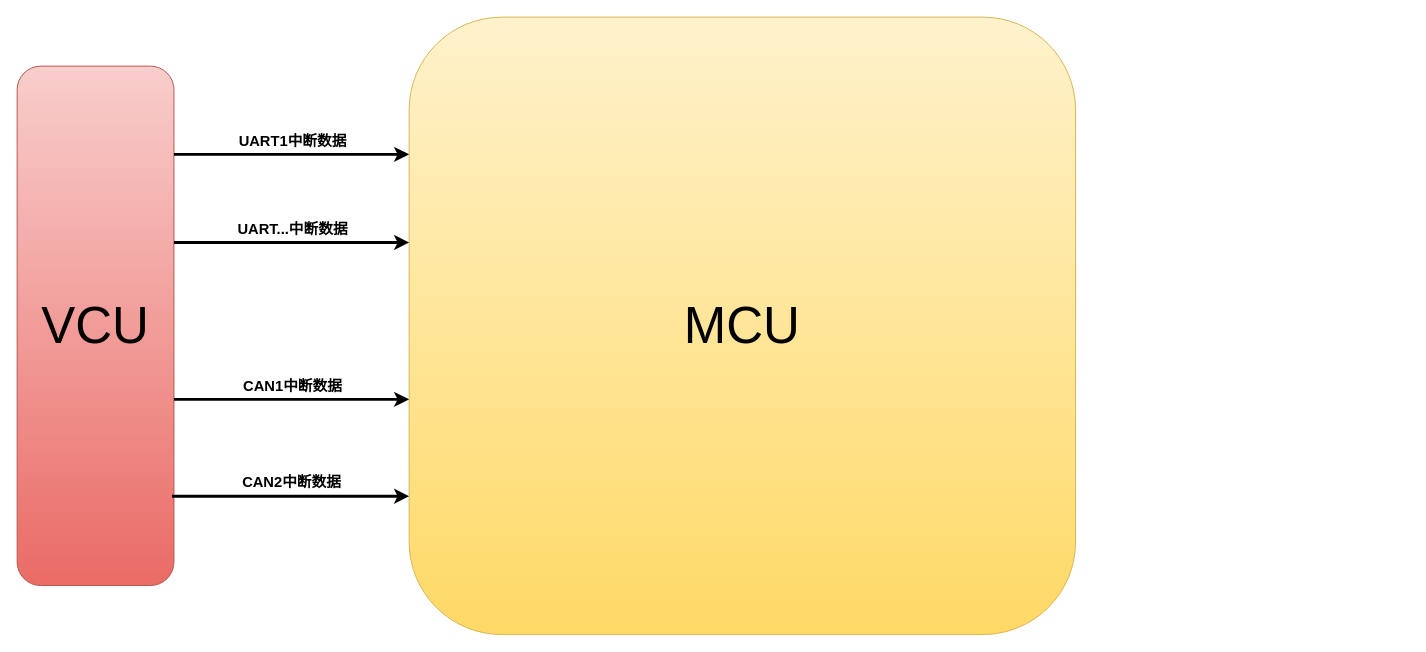
liangchaojiang/WindowsProject1 keeps this draw.io diagram as 小牛MCU框架图.drawio. Above is the earlier version. Source tidied: cells renumbered, new cells numbered last; positions are measured from the earlier drawing's top-left corner, leaving out a move shared by most shapes. Both pictures are drawn from the tidied source at 98%, with x=0, y=0 at pixel (17, 17).
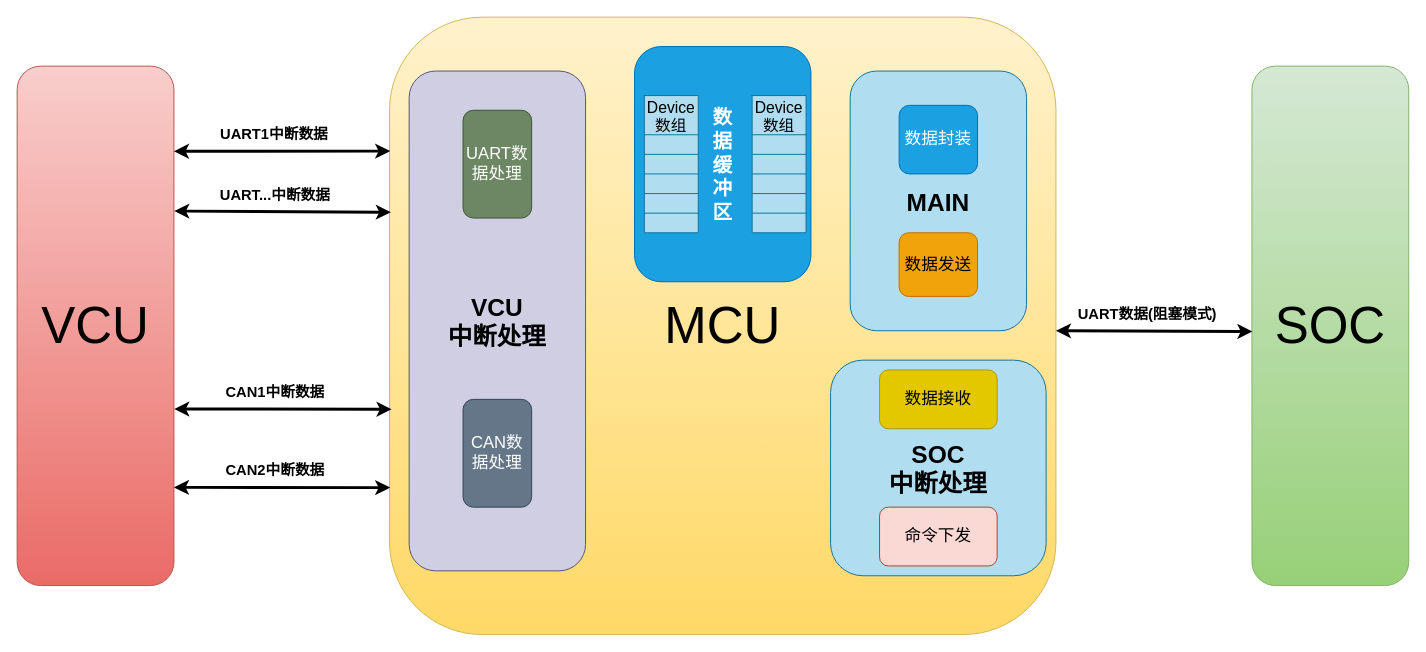
The same diagram, later.

Commit message (it also covers changes not shown here):
更新小牛MCU框架图.drawio

The change refers to these unchanged cells:
```xml
<mxCell id="3" value="&lt;font style=&quot;font-size: 52px;&quot;&gt;VCU&lt;/font&gt;" style="rounded=1;whiteSpace=wrap;html=1;fillColor=#f8cecc;gradientColor=#ea6b66;strokeColor=#b85450;" parent="1" vertex="1">
  <mxGeometry y="50" width="160" height="530" as="geometry" />
</mxCell>
```

Change to the diagram source:
```diff
@@
     <mxCell id="2" value="&lt;font style=&quot;font-size: 52px;&quot;&gt;MCU&lt;/font&gt;" style="rounded=1;whiteSpace=wrap;html=1;fillColor=#fff2cc;gradientColor=#ffd966;strokeColor=#d6b656;" parent="1" vertex="1">
-      <mxGeometry x="400" width="680" height="630" as="geometry" />
+      <mxGeometry x="380" width="680" height="630" as="geometry" />
     </mxCell>
@@
-    <mxCell id="4" style="endArrow=classic;html=1;rounded=0;strokeWidth=3;" parent="1" edge="1">
-      <mxGeometry relative="1" as="geometry">
-        <mxPoint x="160" y="390" as="sourcePoint" />
-        <mxPoint x="400" y="390" as="targetPoint" />
-        <Array as="points">
-          <mxPoint x="330" y="390" />
-        </Array>
-      </mxGeometry>
-    </mxCell>
+    <mxCell id="12" value="&lt;font style=&quot;font-size: 52px;&quot;&gt;SOC&lt;/font&gt;" style="rounded=1;whiteSpace=wrap;html=1;fillColor=#d5e8d4;gradientColor=#97d077;strokeColor=#82b366;" parent="1" vertex="1">
+      <mxGeometry x="1260" y="50" width="160" height="530" as="geometry" />
+    </mxCell>
+    <mxCell id="13" style="endArrow=classic;startArrow=classic;html=1;rounded=0;exitX=1;exitY=0.164;exitDx=0;exitDy=0;exitPerimeter=0;strokeWidth=3;entryX=0.001;entryY=0.217;entryDx=0;entryDy=0;entryPerimeter=0;" parent="1" edge="1" source="3" target="2">
+      <mxGeometry relative="1" as="geometry" />
+    </mxCell>
+    <mxCell id="9" value="UART1中断数据" style="edgeLabel;html=1;align=center;verticalAlign=middle;fontSize=15;fontStyle=1;" parent="13" vertex="1">
+      <mxGeometry x="-0.08" y="4" relative="1" as="geometry">
+        <mxPoint y="-14" as="offset" />
+      </mxGeometry>
+    </mxCell>
+    <mxCell id="14" style="endArrow=classic;startArrow=classic;html=1;rounded=0;strokeWidth=3;entryX=0.002;entryY=0.316;entryDx=0;entryDy=0;entryPerimeter=0;exitX=1.002;exitY=0.279;exitDx=0;exitDy=0;exitPerimeter=0;" parent="1" edge="1" source="3" target="2">
+      <mxGeometry relative="1" as="geometry" />
+    </mxCell>
+    <mxCell id="11" value="UART...中断数据" style="edgeLabel;html=1;align=center;verticalAlign=middle;fontSize=15;fontStyle=1;" parent="14" vertex="1">
+      <mxGeometry x="-0.08" y="4" relative="1" as="geometry">
+        <mxPoint y="-14" as="offset" />
+      </mxGeometry>
+    </mxCell>
+    <mxCell id="15" style="endArrow=classic;startArrow=classic;html=1;rounded=0;entryX=0.003;entryY=0.635;entryDx=0;entryDy=0;entryPerimeter=0;strokeWidth=3;exitX=1.002;exitY=0.66;exitDx=0;exitDy=0;exitPerimeter=0;" parent="1" edge="1" source="3" target="2">
+      <mxGeometry relative="1" as="geometry" />
+    </mxCell>
-    <mxCell id="5" value="CAN1中断数据" style="edgeLabel;html=1;align=center;verticalAlign=middle;fontStyle=1;fontSize=15;" parent="4" vertex="1">
-      <mxGeometry y="1" relative="1" as="geometry">
+    <mxCell id="5" value="CAN1中断数据" style="edgeLabel;html=1;align=center;verticalAlign=middle;fontSize=15;fontStyle=1;" parent="15" vertex="1">
+      <mxGeometry x="-0.08" y="4" relative="1" as="geometry">
         <mxPoint y="-14" as="offset" />
       </mxGeometry>
     </mxCell>
-    <mxCell id="6" style="endArrow=classic;html=1;rounded=0;exitX=0.988;exitY=0.828;exitDx=0;exitDy=0;exitPerimeter=0;strokeWidth=3;entryX=0;entryY=0.776;entryDx=0;entryDy=0;entryPerimeter=0;" parent="1" edge="1" source="3" target="2">
-      <mxGeometry relative="1" as="geometry" />
-    </mxCell>
+    <mxCell id="16" style="endArrow=classic;startArrow=classic;html=1;rounded=0;entryX=0.001;entryY=0.762;entryDx=0;entryDy=0;entryPerimeter=0;strokeWidth=3;exitX=1;exitY=0.811;exitDx=0;exitDy=0;exitPerimeter=0;" parent="1" edge="1" source="3" target="2">
+      <mxGeometry relative="1" as="geometry" />
+    </mxCell>
-    <mxCell id="7" value="CAN2中断数据" style="edgeLabel;html=1;align=center;verticalAlign=middle;fontStyle=1;fontSize=15;" parent="6" vertex="1">
-      <mxGeometry y="1" relative="1" as="geometry">
+    <mxCell id="7" value="CAN2中断数据" style="edgeLabel;html=1;align=center;verticalAlign=middle;fontSize=15;fontStyle=1;" parent="16" vertex="1">
+      <mxGeometry x="-0.08" y="4" relative="1" as="geometry">
         <mxPoint y="-14" as="offset" />
       </mxGeometry>
     </mxCell>
-    <mxCell id="8" style="endArrow=classic;html=1;rounded=0;strokeWidth=3;" parent="1" edge="1">
-      <mxGeometry relative="1" as="geometry">
-        <mxPoint x="160" y="140" as="sourcePoint" />
-        <mxPoint x="400" y="140" as="targetPoint" />
-      </mxGeometry>
-    </mxCell>
-    <mxCell id="9" value="UART1中断数据" style="edgeLabel;html=1;align=center;verticalAlign=middle;fontStyle=1;fontSize=15;" parent="8" vertex="1">
-      <mxGeometry y="1" relative="1" as="geometry">
-        <mxPoint y="-14" as="offset" />
-      </mxGeometry>
-    </mxCell>
-    <mxCell id="10" style="endArrow=classic;html=1;rounded=0;strokeWidth=3;" parent="1" edge="1">
-      <mxGeometry relative="1" as="geometry">
-        <mxPoint x="160" y="230" as="sourcePoint" />
-        <mxPoint x="400" y="230" as="targetPoint" />
-      </mxGeometry>
-    </mxCell>
-    <mxCell id="11" value="UART...中断数据" style="edgeLabel;html=1;align=center;verticalAlign=middle;fontStyle=1;fontSize=15;" parent="10" vertex="1">
-      <mxGeometry y="1" relative="1" as="geometry">
-        <mxPoint y="-14" as="offset" />
-      </mxGeometry>
-    </mxCell>
+    <mxCell id="17" style="endArrow=classic;startArrow=classic;html=1;rounded=0;exitX=1;exitY=0.508;exitDx=0;exitDy=0;strokeWidth=3;entryX=0.003;entryY=0.511;entryDx=0;entryDy=0;entryPerimeter=0;exitPerimeter=0;" parent="1" edge="1" source="2" target="12">
+      <mxGeometry relative="1" as="geometry" />
+    </mxCell>
+    <mxCell id="18" value="UART数据(阻塞模式)" style="edgeLabel;html=1;align=center;verticalAlign=middle;fontSize=15;fontStyle=1;" parent="17" vertex="1">
+      <mxGeometry x="-0.08" y="4" relative="1" as="geometry">
+        <mxPoint y="-14" as="offset" />
+      </mxGeometry>
+    </mxCell>
+    <mxCell id="19" value="&lt;span style=&quot;font-size: 25px;&quot;&gt;&lt;b&gt;VCU&lt;/b&gt;&lt;/span&gt;&lt;div&gt;&lt;span style=&quot;font-size: 25px;&quot;&gt;&lt;b&gt;中断处理&lt;/b&gt;&lt;/span&gt;&lt;/div&gt;" style="rounded=1;whiteSpace=wrap;html=1;fillColor=#d0cee2;strokeColor=#56517e;" parent="1" vertex="1">
+      <mxGeometry x="400" y="55" width="180" height="510" as="geometry" />
+    </mxCell>
+    <mxCell id="20" value="&lt;font style=&quot;font-size: 17px;&quot;&gt;CAN数据处理&lt;/font&gt;" style="rounded=1;whiteSpace=wrap;html=1;fillColor=#647687;fontColor=#ffffff;strokeColor=#314354;" parent="1" vertex="1">
+      <mxGeometry x="455" y="390" width="70" height="110" as="geometry" />
+    </mxCell>
+    <mxCell id="21" value="&lt;span style=&quot;font-size: 25px;&quot;&gt;&lt;b&gt;MAIN&lt;/b&gt;&lt;/span&gt;" style="rounded=1;whiteSpace=wrap;html=1;fillColor=#b1ddf0;strokeColor=#10739e;" parent="1" vertex="1">
+      <mxGeometry x="850" y="55" width="180" height="265" as="geometry" />
+    </mxCell>
+    <mxCell id="22" value="&lt;font style=&quot;font-size: 17px;&quot;&gt;UART数据处理&lt;/font&gt;" style="rounded=1;whiteSpace=wrap;html=1;fillColor=#6d8764;fontColor=#ffffff;strokeColor=#3A5431;" parent="1" vertex="1">
+      <mxGeometry x="455" y="95" width="70" height="110" as="geometry" />
+    </mxCell>
+    <mxCell id="23" value="&lt;font style=&quot;font-size: 20px;&quot;&gt;&lt;b&gt;数&lt;/b&gt;&lt;/font&gt;&lt;div&gt;&lt;font style=&quot;font-size: 20px;&quot;&gt;&lt;b&gt;据&lt;/b&gt;&lt;/font&gt;&lt;/div&gt;&lt;div&gt;&lt;font style=&quot;font-size: 20px;&quot;&gt;&lt;b&gt;缓&lt;/b&gt;&lt;/font&gt;&lt;/div&gt;&lt;div&gt;&lt;font style=&quot;font-size: 20px;&quot;&gt;&lt;b&gt;冲&lt;/b&gt;&lt;/font&gt;&lt;/div&gt;&lt;div&gt;&lt;font style=&quot;font-size: 20px;&quot;&gt;&lt;b&gt;区&lt;/b&gt;&lt;/font&gt;&lt;/div&gt;" style="rounded=1;whiteSpace=wrap;html=1;fillColor=#1ba1e2;strokeColor=#006EAF;fontColor=#ffffff;" parent="1" vertex="1">
+      <mxGeometry x="630" y="30" width="180" height="240" as="geometry" />
+    </mxCell>
+    <mxCell id="24" value="&lt;font style=&quot;font-size: 17px;&quot;&gt;数据封装&lt;/font&gt;" style="rounded=1;whiteSpace=wrap;html=1;fillColor=#1ba1e2;fontColor=#ffffff;strokeColor=#006EAF;" parent="1" vertex="1">
+      <mxGeometry x="900" y="90" width="80" height="70" as="geometry" />
+    </mxCell>
+    <mxCell id="25" value="&lt;font style=&quot;font-size: 17px;&quot;&gt;数据发送&lt;/font&gt;" style="rounded=1;whiteSpace=wrap;html=1;fillColor=#f0a30a;fontColor=#000000;strokeColor=#BD7000;" parent="1" vertex="1">
+      <mxGeometry x="900" y="220" width="80" height="65" as="geometry" />
+    </mxCell>
+    <mxCell id="26" style="shape=table;startSize=0;childLayout=tableLayout;fontSize=16;fillColor=#b1ddf0;strokeColor=#10739e;" parent="1" vertex="1">
+      <mxGeometry x="640" y="80" width="55" height="140" as="geometry" />
+    </mxCell>
+    <mxCell id="27" style="shape=tableRow;horizontal=0;startSize=0;swimlaneHead=0;swimlaneBody=0;strokeColor=inherit;top=0;left=0;bottom=0;right=0;fillColor=none;fontSize=16;" parent="26" vertex="1">
+      <mxGeometry width="55" height="40" as="geometry" />
+    </mxCell>
+    <mxCell id="28" value="Device数组" style="shape=partialRectangle;html=1;whiteSpace=wrap;strokeColor=inherit;overflow=hidden;fillColor=none;top=0;left=0;bottom=0;right=0;fontSize=16;" parent="27" vertex="1">
+      <mxGeometry width="55" height="40" as="geometry" />
+    </mxCell>
+    <mxCell id="29" style="shape=tableRow;horizontal=0;startSize=0;swimlaneHead=0;swimlaneBody=0;strokeColor=inherit;top=0;left=0;bottom=0;right=0;fillColor=none;fontSize=16;" parent="26" vertex="1">
+      <mxGeometry y="40" width="55" height="20" as="geometry" />
+    </mxCell>
+    <mxCell id="30" style="shape=partialRectangle;html=1;whiteSpace=wrap;strokeColor=inherit;overflow=hidden;fillColor=none;top=0;left=0;bottom=0;right=0;fontSize=16;" parent="29" vertex="1">
+      <mxGeometry width="55" height="20" as="geometry" />
+    </mxCell>
+    <mxCell id="31" style="shape=tableRow;horizontal=0;startSize=0;swimlaneHead=0;swimlaneBody=0;strokeColor=inherit;top=0;left=0;bottom=0;right=0;fillColor=none;fontSize=16;" parent="26" vertex="1">
+      <mxGeometry y="60" width="55" height="20" as="geometry" />
+    </mxCell>
+    <mxCell id="32" style="shape=partialRectangle;html=1;whiteSpace=wrap;strokeColor=inherit;overflow=hidden;fillColor=none;top=0;left=0;bottom=0;right=0;fontSize=16;" parent="31" vertex="1">
+      <mxGeometry width="55" height="20" as="geometry" />
+    </mxCell>
+    <mxCell id="33" style="shape=tableRow;horizontal=0;startSize=0;swimlaneHead=0;swimlaneBody=0;strokeColor=inherit;top=0;left=0;bottom=0;right=0;fillColor=none;fontSize=16;" parent="26" vertex="1">
+      <mxGeometry y="80" width="55" height="20" as="geometry" />
+    </mxCell>
+    <mxCell id="34" style="shape=partialRectangle;html=1;whiteSpace=wrap;strokeColor=inherit;overflow=hidden;fillColor=none;top=0;left=0;bottom=0;right=0;fontSize=16;" parent="33" vertex="1">
+      <mxGeometry width="55" height="20" as="geometry" />
+    </mxCell>
+    <mxCell id="35" style="shape=tableRow;horizontal=0;startSize=0;swimlaneHead=0;swimlaneBody=0;strokeColor=inherit;top=0;left=0;bottom=0;right=0;fillColor=none;fontSize=16;" parent="26" vertex="1">
+      <mxGeometry y="100" width="55" height="20" as="geometry" />
+    </mxCell>
+    <mxCell id="36" style="shape=partialRectangle;html=1;whiteSpace=wrap;strokeColor=inherit;overflow=hidden;fillColor=none;top=0;left=0;bottom=0;right=0;fontSize=16;" parent="35" vertex="1">
+      <mxGeometry width="55" height="20" as="geometry" />
+    </mxCell>
+    <mxCell id="37" style="shape=tableRow;horizontal=0;startSize=0;swimlaneHead=0;swimlaneBody=0;strokeColor=inherit;top=0;left=0;bottom=0;right=0;fillColor=none;fontSize=16;" parent="26" vertex="1">
+      <mxGeometry y="120" width="55" height="20" as="geometry" />
+    </mxCell>
+    <mxCell id="38" style="shape=partialRectangle;html=1;whiteSpace=wrap;strokeColor=inherit;overflow=hidden;fillColor=none;top=0;left=0;bottom=0;right=0;fontSize=16;" parent="37" vertex="1">
+      <mxGeometry width="55" height="20" as="geometry" />
+    </mxCell>
+    <mxCell id="39" style="shape=table;startSize=0;childLayout=tableLayout;fontSize=16;fillColor=#b1ddf0;strokeColor=#10739e;" parent="1" vertex="1">
+      <mxGeometry x="750" y="80" width="55" height="140" as="geometry" />
+    </mxCell>
+    <mxCell id="40" style="shape=tableRow;horizontal=0;startSize=0;swimlaneHead=0;swimlaneBody=0;strokeColor=inherit;top=0;left=0;bottom=0;right=0;fillColor=none;fontSize=16;" parent="39" vertex="1">
+      <mxGeometry width="55" height="40" as="geometry" />
+    </mxCell>
+    <mxCell id="41" value="Device数组" style="shape=partialRectangle;html=1;whiteSpace=wrap;strokeColor=inherit;overflow=hidden;fillColor=none;top=0;left=0;bottom=0;right=0;fontSize=16;" parent="40" vertex="1">
+      <mxGeometry width="55" height="40" as="geometry" />
+    </mxCell>
+    <mxCell id="42" style="shape=tableRow;horizontal=0;startSize=0;swimlaneHead=0;swimlaneBody=0;strokeColor=inherit;top=0;left=0;bottom=0;right=0;fillColor=none;fontSize=16;" parent="39" vertex="1">
+      <mxGeometry y="40" width="55" height="20" as="geometry" />
+    </mxCell>
+    <mxCell id="43" style="shape=partialRectangle;html=1;whiteSpace=wrap;strokeColor=inherit;overflow=hidden;fillColor=none;top=0;left=0;bottom=0;right=0;fontSize=16;" parent="42" vertex="1">
+      <mxGeometry width="55" height="20" as="geometry" />
+    </mxCell>
+    <mxCell id="44" style="shape=tableRow;horizontal=0;startSize=0;swimlaneHead=0;swimlaneBody=0;strokeColor=inherit;top=0;left=0;bottom=0;right=0;fillColor=none;fontSize=16;" parent="39" vertex="1">
+      <mxGeometry y="60" width="55" height="20" as="geometry" />
+    </mxCell>
+    <mxCell id="45" style="shape=partialRectangle;html=1;whiteSpace=wrap;strokeColor=inherit;overflow=hidden;fillColor=none;top=0;left=0;bottom=0;right=0;fontSize=16;" parent="44" vertex="1">
+      <mxGeometry width="55" height="20" as="geometry" />
+    </mxCell>
+    <mxCell id="46" style="shape=tableRow;horizontal=0;startSize=0;swimlaneHead=0;swimlaneBody=0;strokeColor=inherit;top=0;left=0;bottom=0;right=0;fillColor=none;fontSize=16;" parent="39" vertex="1">
+      <mxGeometry y="80" width="55" height="20" as="geometry" />
+    </mxCell>
+    <mxCell id="47" style="shape=partialRectangle;html=1;whiteSpace=wrap;strokeColor=inherit;overflow=hidden;fillColor=none;top=0;left=0;bottom=0;right=0;fontSize=16;" parent="46" vertex="1">
+      <mxGeometry width="55" height="20" as="geometry" />
+    </mxCell>
+    <mxCell id="48" style="shape=tableRow;horizontal=0;startSize=0;swimlaneHead=0;swimlaneBody=0;strokeColor=inherit;top=0;left=0;bottom=0;right=0;fillColor=none;fontSize=16;" parent="39" vertex="1">
+      <mxGeometry y="100" width="55" height="20" as="geometry" />
+    </mxCell>
+    <mxCell id="49" style="shape=partialRectangle;html=1;whiteSpace=wrap;strokeColor=inherit;overflow=hidden;fillColor=none;top=0;left=0;bottom=0;right=0;fontSize=16;" parent="48" vertex="1">
+      <mxGeometry width="55" height="20" as="geometry" />
+    </mxCell>
+    <mxCell id="50" style="shape=tableRow;horizontal=0;startSize=0;swimlaneHead=0;swimlaneBody=0;strokeColor=inherit;top=0;left=0;bottom=0;right=0;fillColor=none;fontSize=16;" parent="39" vertex="1">
+      <mxGeometry y="120" width="55" height="20" as="geometry" />
+    </mxCell>
+    <mxCell id="51" style="shape=partialRectangle;html=1;whiteSpace=wrap;strokeColor=inherit;overflow=hidden;fillColor=none;top=0;left=0;bottom=0;right=0;fontSize=16;" parent="50" vertex="1">
+      <mxGeometry width="55" height="20" as="geometry" />
+    </mxCell>
+    <mxCell id="52" value="&lt;span style=&quot;font-size: 25px;&quot;&gt;&lt;b&gt;SOC&lt;/b&gt;&lt;/span&gt;&lt;div&gt;&lt;div&gt;&lt;span style=&quot;font-size: 25px;&quot;&gt;&lt;b&gt;中断处理&lt;/b&gt;&lt;/span&gt;&lt;/div&gt;&lt;/div&gt;" style="rounded=1;whiteSpace=wrap;html=1;fillColor=#b1ddf0;strokeColor=#10739e;" parent="1" vertex="1">
+      <mxGeometry x="830" y="350" width="220" height="220" as="geometry" />
+    </mxCell>
+    <mxCell id="53" value="&lt;span style=&quot;font-size: 17px;&quot;&gt;数据接收&lt;/span&gt;" style="rounded=1;whiteSpace=wrap;html=1;fillColor=#e3c800;fontColor=#000000;strokeColor=#B09500;" parent="1" vertex="1">
+      <mxGeometry x="880" y="360" width="120" height="60" as="geometry" />
+    </mxCell>
+    <mxCell id="54" value="&lt;span style=&quot;font-size: 17px;&quot;&gt;命令下发&lt;/span&gt;" style="rounded=1;whiteSpace=wrap;html=1;fillColor=#fad9d5;strokeColor=#ae4132;" parent="1" vertex="1">
+      <mxGeometry x="880" y="500" width="120" height="60" as="geometry" />
+    </mxCell>
```
